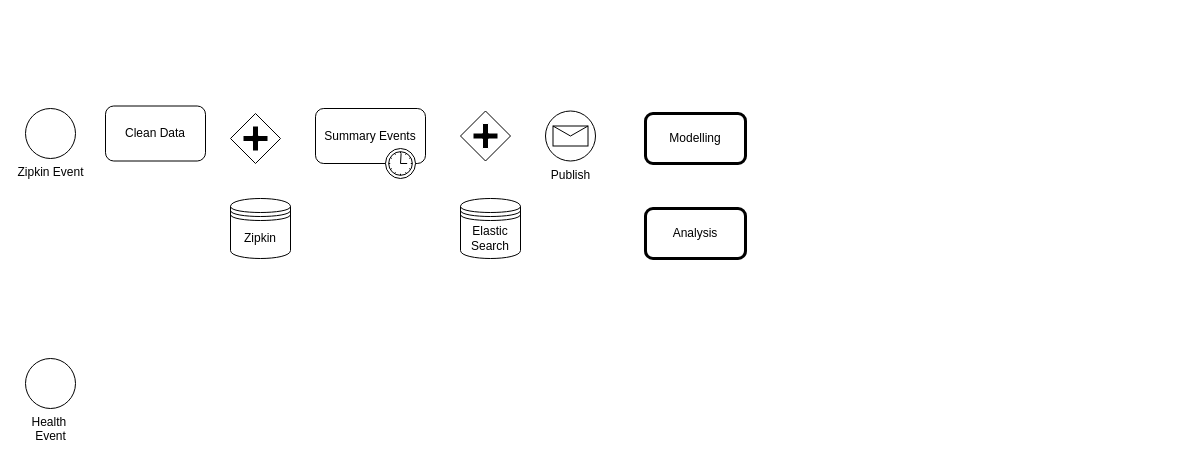
Earlier version of the draw.io diagram MVP Architecture - Anomaly Project.drawio (jdbennet2001/draw.io). Source tidied: cells renumbered, new cells numbered last; positions are measured from the earlier drawing's top-left corner, leaving out a move shared by most shapes. Both pictures are drawn from the tidied source at 100%, with x=0, y=0 at pixel (25, 106).
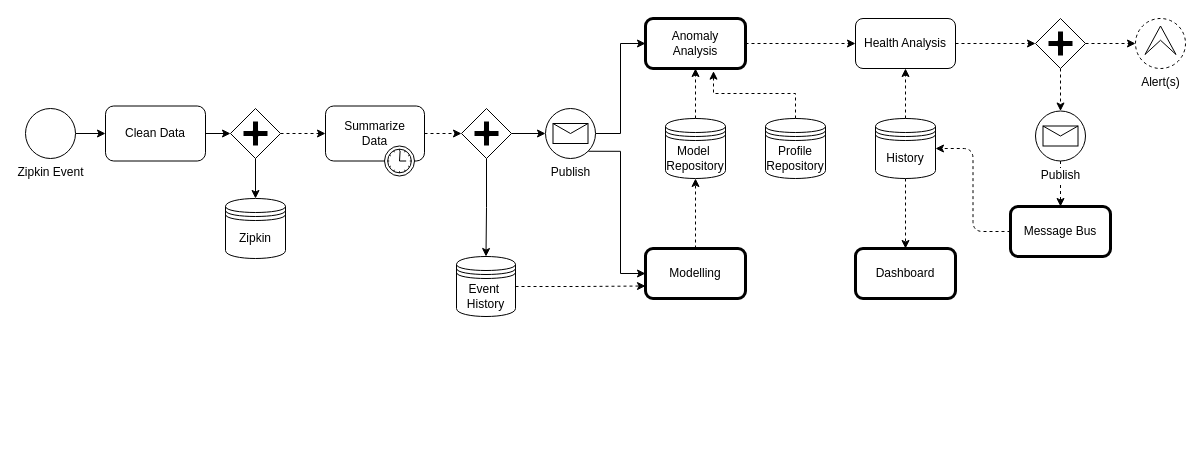
The same page after the edit.

The change refers to these unchanged cells:
```xml
<mxCell id="2" value="Zipkin Event" style="shape=mxgraph.bpmn.shape;html=1;verticalLabelPosition=bottom;labelBackgroundColor=#ffffff;verticalAlign=top;align=center;perimeter=ellipsePerimeter;outlineConnect=0;outline=standard;symbol=general;" parent="1" vertex="1">
  <mxGeometry y="2" width="50" height="50" as="geometry" />
</mxCell>
<mxCell id="4" value="Clean Data" style="shape=ext;rounded=1;html=1;whiteSpace=wrap;" parent="1" vertex="1">
  <mxGeometry x="80" y="-0.5" width="100" height="55" as="geometry" />
</mxCell>
```

Diff of the diagram source:
```diff
@@
+    <mxCell id="14" style="edgeStyle=orthogonalEdgeStyle;rounded=0;jettySize=auto;html=1;exitX=1;exitY=0.5;exitDx=0;exitDy=0;entryX=0;entryY=0.5;entryDx=0;entryDy=0;" parent="1" edge="1" source="2" target="4">
+      <mxGeometry relative="1" as="geometry" />
+    </mxCell>
@@
+    <mxCell id="15" style="edgeStyle=orthogonalEdgeStyle;rounded=0;jettySize=auto;html=1;exitX=0.5;exitY=1;exitDx=0;exitDy=0;entryX=0.5;entryY=0;entryDx=0;entryDy=0;" parent="1" edge="1" source="3" target="5">
+      <mxGeometry relative="1" as="geometry" />
+    </mxCell>
+    <mxCell id="16" style="edgeStyle=orthogonalEdgeStyle;rounded=0;jettySize=auto;html=1;exitX=1;exitY=0.5;exitDx=0;exitDy=0;dashed=1;entryX=0;entryY=0.5;entryDx=0;entryDy=0;" parent="1" edge="1" source="3" target="33">
+      <mxGeometry relative="1" as="geometry" />
+    </mxCell>
     <mxCell id="3" style="shape=mxgraph.bpmn.shape;html=1;verticalLabelPosition=bottom;labelBackgroundColor=#ffffff;verticalAlign=top;align=center;perimeter=rhombusPerimeter;background=gateway;outlineConnect=0;outline=none;symbol=parallelGw;" parent="1" vertex="1">
-      <mxGeometry x="205" y="7" width="50" height="50" as="geometry" />
+      <mxGeometry x="205" y="2" width="50" height="50" as="geometry" />
     </mxCell>
+    <mxCell id="17" style="edgeStyle=orthogonalEdgeStyle;rounded=0;jettySize=auto;html=1;exitX=1;exitY=0.5;exitDx=0;exitDy=0;entryX=0;entryY=0.5;entryDx=0;entryDy=0;" parent="1" edge="1" source="4" target="3">
+      <mxGeometry relative="1" as="geometry" />
+    </mxCell>
@@
     <mxCell id="5" value="Zipkin" style="shape=datastore;whiteSpace=wrap;html=1;" parent="1" vertex="1">
-      <mxGeometry x="205" y="92" width="60" height="60" as="geometry" />
+      <mxGeometry x="200" y="92" width="60" height="60" as="geometry" />
     </mxCell>
-    <mxCell id="6" value="Summary Events" style="html=1;whiteSpace=wrap;rounded=1;" parent="1" vertex="1">
-      <mxGeometry x="290" y="2" width="110" height="55" as="geometry" />
-    </mxCell>
-    <mxCell id="7" style="shape=mxgraph.bpmn.timer_start;perimeter=ellipsePerimeter;html=1;verticalLabelPosition=bottom;labelBackgroundColor=#ffffff;verticalAlign=top;" parent="6" vertex="1">
-      <mxGeometry x="1" y="1" width="30" height="30" relative="1" as="geometry">
-        <mxPoint x="-40" y="-15" as="offset" />
-      </mxGeometry>
-    </mxCell>
+    <mxCell id="18" style="edgeStyle=orthogonalEdgeStyle;rounded=0;jettySize=auto;html=1;entryX=0;entryY=0.75;entryDx=0;entryDy=0;dashed=1;" parent="1" edge="1" source="8" target="13">
+      <mxGeometry relative="1" as="geometry" />
+    </mxCell>
-    <mxCell id="8" value="Elastic&lt;br&gt;Search" style="shape=datastore;whiteSpace=wrap;html=1;" parent="1" vertex="1">
-      <mxGeometry x="435" y="92" width="60" height="60" as="geometry" />
+    <mxCell id="8" value="Event&amp;nbsp;&lt;br&gt;History" style="shape=datastore;whiteSpace=wrap;html=1;" parent="1" vertex="1">
+      <mxGeometry x="431" y="150" width="59" height="60" as="geometry" />
     </mxCell>
+    <mxCell id="19" style="edgeStyle=orthogonalEdgeStyle;rounded=0;jettySize=auto;html=1;exitX=1;exitY=0.5;exitDx=0;exitDy=0;entryX=0;entryY=0.5;entryDx=0;entryDy=0;" parent="1" edge="1" source="9" target="12">
+      <mxGeometry relative="1" as="geometry" />
+    </mxCell>
+    <mxCell id="20" style="edgeStyle=orthogonalEdgeStyle;rounded=0;jettySize=auto;html=1;exitX=0.855;exitY=0.855;exitDx=0;exitDy=0;exitPerimeter=0;entryX=0;entryY=0.5;entryDx=0;entryDy=0;" parent="1" edge="1" source="9" target="13">
+      <mxGeometry relative="1" as="geometry" />
+    </mxCell>
     <mxCell id="9" value="Publish" style="shape=mxgraph.bpmn.shape;html=1;verticalLabelPosition=bottom;labelBackgroundColor=#ffffff;verticalAlign=top;align=center;perimeter=ellipsePerimeter;outlineConnect=0;outline=standard;symbol=message;" parent="1" vertex="1">
-      <mxGeometry x="520" y="4.5" width="50" height="50" as="geometry" />
+      <mxGeometry x="520" y="2" width="50" height="50" as="geometry" />
     </mxCell>
+    <mxCell id="21" style="edgeStyle=orthogonalEdgeStyle;rounded=0;jettySize=auto;html=1;exitX=0.5;exitY=1;exitDx=0;exitDy=0;entryX=0.5;entryY=0;entryDx=0;entryDy=0;" parent="1" edge="1" source="10" target="8">
+      <mxGeometry relative="1" as="geometry" />
+    </mxCell>
+    <mxCell id="22" style="edgeStyle=orthogonalEdgeStyle;rounded=0;jettySize=auto;html=1;exitX=1;exitY=0.5;exitDx=0;exitDy=0;entryX=0;entryY=0.5;entryDx=0;entryDy=0;" parent="1" edge="1" source="10" target="9">
+      <mxGeometry relative="1" as="geometry" />
+    </mxCell>
     <mxCell id="10" style="shape=mxgraph.bpmn.shape;html=1;verticalLabelPosition=bottom;labelBackgroundColor=#ffffff;verticalAlign=top;align=center;perimeter=rhombusPerimeter;background=gateway;outlineConnect=0;outline=none;symbol=parallelGw;" parent="1" vertex="1">
-      <mxGeometry x="435" y="4.5" width="50" height="50" as="geometry" />
+      <mxGeometry x="436" y="2" width="50" height="50" as="geometry" />
     </mxCell>
-    <mxCell id="11" value="Health&amp;nbsp;&lt;br&gt;Event" style="shape=mxgraph.bpmn.shape;html=1;verticalLabelPosition=bottom;labelBackgroundColor=#ffffff;verticalAlign=top;align=center;perimeter=ellipsePerimeter;outline=standard;symbol=general;" parent="1" vertex="1">
-      <mxGeometry y="252" width="50" height="50" as="geometry" />
-    </mxCell>
+    <mxCell id="23" style="edgeStyle=orthogonalEdgeStyle;rounded=0;jettySize=auto;html=1;exitX=1;exitY=0.5;exitDx=0;exitDy=0;entryX=0;entryY=0.5;entryDx=0;entryDy=0;dashed=1;" parent="1" edge="1" source="12" target="28">
+      <mxGeometry relative="1" as="geometry" />
+    </mxCell>
-    <mxCell id="12" value="Modelling" style="shape=ext;rounded=1;html=1;whiteSpace=wrap;strokeWidth=3;" parent="1" vertex="1">
-      <mxGeometry x="620" y="7" width="100" height="50" as="geometry" />
+    <mxCell id="12" value="Anomaly &lt;br&gt;Analysis" style="shape=ext;rounded=1;html=1;whiteSpace=wrap;strokeWidth=3;" parent="1" vertex="1">
+      <mxGeometry x="620" y="-88" width="100" height="50" as="geometry" />
     </mxCell>
+    <mxCell id="24" style="edgeStyle=orthogonalEdgeStyle;rounded=0;jettySize=auto;html=1;exitX=0.5;exitY=0;exitDx=0;exitDy=0;entryX=0.5;entryY=1;entryDx=0;entryDy=0;dashed=1;" parent="1" edge="1" source="13" target="26">
+      <mxGeometry relative="1" as="geometry" />
+    </mxCell>
-    <mxCell id="13" value="Analysis" style="shape=ext;rounded=1;html=1;whiteSpace=wrap;strokeWidth=3;" parent="1" vertex="1">
-      <mxGeometry x="620" y="102" width="100" height="50" as="geometry" />
+    <mxCell id="13" value="Modelling" style="shape=ext;rounded=1;html=1;whiteSpace=wrap;strokeWidth=3;" parent="1" vertex="1">
+      <mxGeometry x="620" y="142" width="100" height="50" as="geometry" />
     </mxCell>
+    <mxCell id="25" style="edgeStyle=orthogonalEdgeStyle;rounded=0;jettySize=auto;html=1;entryX=0.5;entryY=1;entryDx=0;entryDy=0;dashed=1;" parent="1" edge="1" source="26" target="12">
+      <mxGeometry relative="1" as="geometry" />
+    </mxCell>
+    <mxCell id="26" value="Model&amp;nbsp;&lt;br&gt;Repository" style="shape=datastore;whiteSpace=wrap;html=1;" parent="1" vertex="1">
+      <mxGeometry x="640" y="12" width="60" height="60" as="geometry" />
+    </mxCell>
+    <mxCell id="27" style="edgeStyle=orthogonalEdgeStyle;rounded=0;jettySize=auto;html=1;exitX=1;exitY=0.5;exitDx=0;exitDy=0;entryX=0;entryY=0.5;entryDx=0;entryDy=0;dashed=1;" parent="1" edge="1" source="28" target="31">
+      <mxGeometry relative="1" as="geometry" />
+    </mxCell>
+    <mxCell id="28" value="Health Analysis" style="shape=ext;rounded=1;html=1;whiteSpace=wrap;" parent="1" vertex="1">
+      <mxGeometry x="830" y="-88" width="100" height="50" as="geometry" />
+    </mxCell>
+    <mxCell id="29" style="edgeStyle=orthogonalEdgeStyle;rounded=0;jettySize=auto;html=1;dashed=1;" parent="1" edge="1" source="31" target="40">
+      <mxGeometry relative="1" as="geometry" />
+    </mxCell>
+    <mxCell id="30" style="edgeStyle=orthogonalEdgeStyle;rounded=0;jettySize=auto;html=1;exitX=0.5;exitY=1;exitDx=0;exitDy=0;entryX=0.5;entryY=0;entryDx=0;entryDy=0;dashed=1;" parent="1" edge="1" source="31" target="43">
+      <mxGeometry relative="1" as="geometry" />
+    </mxCell>
+    <mxCell id="31" style="shape=mxgraph.bpmn.shape;html=1;verticalLabelPosition=bottom;labelBackgroundColor=#ffffff;verticalAlign=top;align=center;perimeter=rhombusPerimeter;background=gateway;outlineConnect=0;outline=none;symbol=parallelGw;" parent="1" vertex="1">
+      <mxGeometry x="1010" y="-88" width="50" height="50" as="geometry" />
+    </mxCell>
+    <mxCell id="32" style="edgeStyle=orthogonalEdgeStyle;rounded=0;jettySize=auto;html=1;exitX=1;exitY=0.5;exitDx=0;exitDy=0;entryX=0;entryY=0.5;entryDx=0;entryDy=0;dashed=1;" parent="1" edge="1" source="33" target="10">
+      <mxGeometry relative="1" as="geometry" />
+    </mxCell>
+    <mxCell id="33" value="Summarize&lt;br&gt;Data" style="html=1;whiteSpace=wrap;rounded=1;" parent="1" vertex="1">
+      <mxGeometry x="300" y="-0.5" width="99" height="55" as="geometry" />
+    </mxCell>
+    <mxCell id="34" style="shape=mxgraph.bpmn.timer_start;perimeter=ellipsePerimeter;html=1;verticalLabelPosition=bottom;labelBackgroundColor=#ffffff;verticalAlign=top;" parent="33" vertex="1">
+      <mxGeometry x="1" y="1" width="30" height="30" relative="1" as="geometry">
+        <mxPoint x="-40" y="-15" as="offset" />
+      </mxGeometry>
+    </mxCell>
+    <mxCell id="35" style="edgeStyle=orthogonalEdgeStyle;rounded=0;jettySize=auto;html=1;exitX=0.5;exitY=0;exitDx=0;exitDy=0;entryX=0.68;entryY=1.053;entryDx=0;entryDy=0;entryPerimeter=0;dashed=1;" parent="1" edge="1" source="36" target="12">
+      <mxGeometry relative="1" as="geometry" />
+    </mxCell>
+    <mxCell id="36" value="Profile&lt;br&gt;Repository" style="shape=datastore;whiteSpace=wrap;html=1;" parent="1" vertex="1">
+      <mxGeometry x="740" y="12" width="60" height="60" as="geometry" />
+    </mxCell>
+    <mxCell id="37" style="edgeStyle=orthogonalEdgeStyle;rounded=0;jettySize=auto;html=1;entryX=0.5;entryY=0;entryDx=0;entryDy=0;dashed=1;" parent="1" edge="1" source="39" target="41">
+      <mxGeometry relative="1" as="geometry" />
+    </mxCell>
+    <mxCell id="38" style="edgeStyle=orthogonalEdgeStyle;rounded=0;jettySize=auto;html=1;entryX=0.5;entryY=1;entryDx=0;entryDy=0;dashed=1;" parent="1" edge="1" source="39" target="28">
+      <mxGeometry relative="1" as="geometry" />
+    </mxCell>
+    <mxCell id="39" value="History" style="shape=datastore;whiteSpace=wrap;html=1;" parent="1" vertex="1">
+      <mxGeometry x="850" y="12" width="60" height="60" as="geometry" />
+    </mxCell>
+    <mxCell id="40" value="Alert(s)" style="shape=mxgraph.bpmn.shape;html=1;verticalLabelPosition=bottom;labelBackgroundColor=#ffffff;verticalAlign=top;align=center;perimeter=ellipsePerimeter;outlineConnect=0;outline=eventNonint;symbol=escalation;" parent="1" vertex="1">
+      <mxGeometry x="1110" y="-88" width="50" height="50" as="geometry" />
+    </mxCell>
+    <mxCell id="41" value="Dashboard" style="shape=ext;rounded=1;html=1;whiteSpace=wrap;strokeWidth=3;" parent="1" vertex="1">
+      <mxGeometry x="830" y="142" width="100" height="50" as="geometry" />
+    </mxCell>
+    <mxCell id="42" style="edgeStyle=orthogonalEdgeStyle;rounded=0;jettySize=auto;html=1;entryX=0.5;entryY=0;entryDx=0;entryDy=0;dashed=1;" parent="1" edge="1" source="43" target="45">
+      <mxGeometry relative="1" as="geometry" />
+    </mxCell>
+    <mxCell id="43" value="Publish" style="shape=mxgraph.bpmn.shape;html=1;verticalLabelPosition=bottom;labelBackgroundColor=#ffffff;verticalAlign=top;align=center;perimeter=ellipsePerimeter;outlineConnect=0;outline=standard;symbol=message;" parent="1" vertex="1">
+      <mxGeometry x="1010" y="4.5" width="50" height="50" as="geometry" />
+    </mxCell>
+    <mxCell id="44" style="edgeStyle=orthogonalEdgeStyle;jettySize=auto;html=1;exitX=0;exitY=0.5;exitDx=0;exitDy=0;entryX=1;entryY=0.5;entryDx=0;entryDy=0;dashed=1;rounded=1;" parent="1" edge="1" source="45" target="39">
+      <mxGeometry relative="1" as="geometry" />
+    </mxCell>
+    <mxCell id="45" value="Message Bus" style="shape=ext;rounded=1;html=1;whiteSpace=wrap;strokeWidth=3;" parent="1" vertex="1">
+      <mxGeometry x="985" y="100" width="100" height="50" as="geometry" />
+    </mxCell>
```
